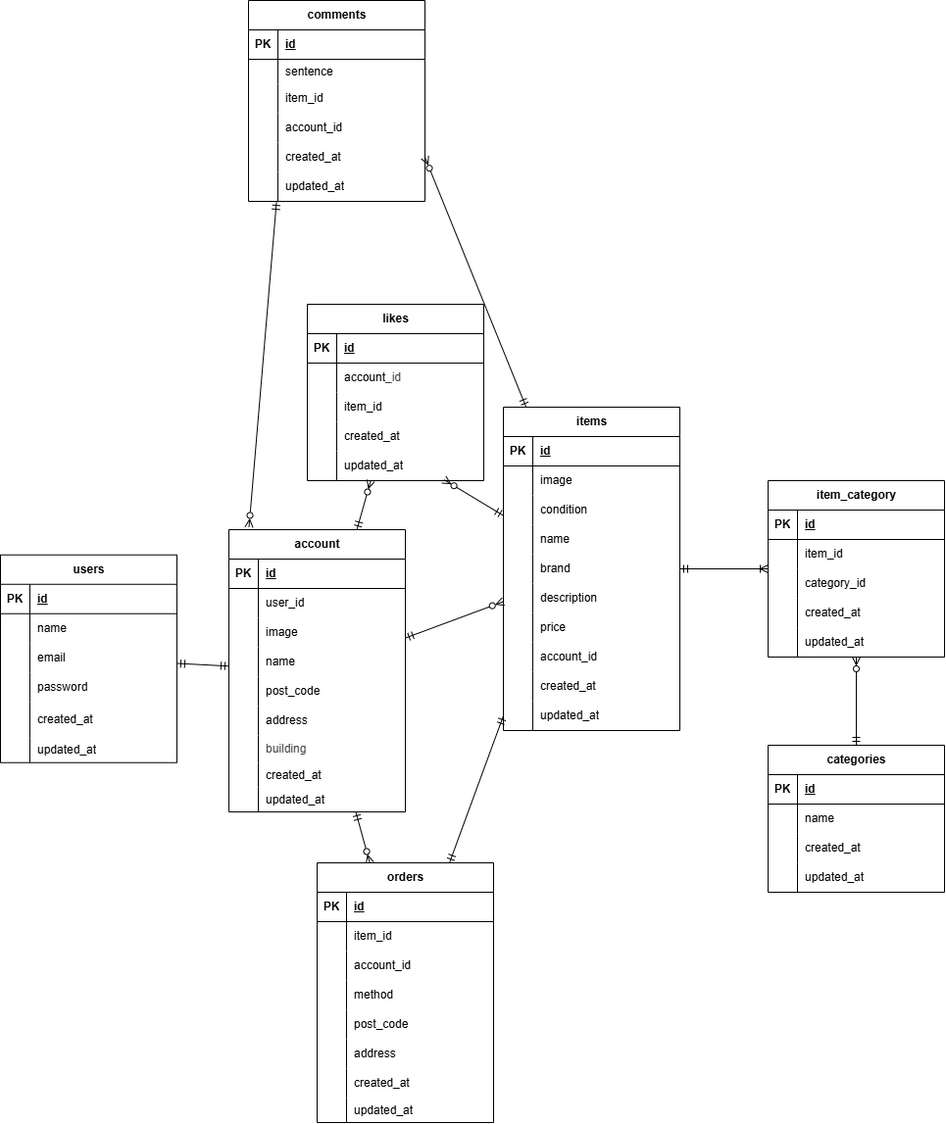
Before: index.drawio.png, a diagram exported from draw.io (tsugumi-0406/pro_test_flea_market). Source tidied: cells renumbered, new cells last; positions are measured from the earlier drawing's top-left corner, leaving out a move shared by most shapes.
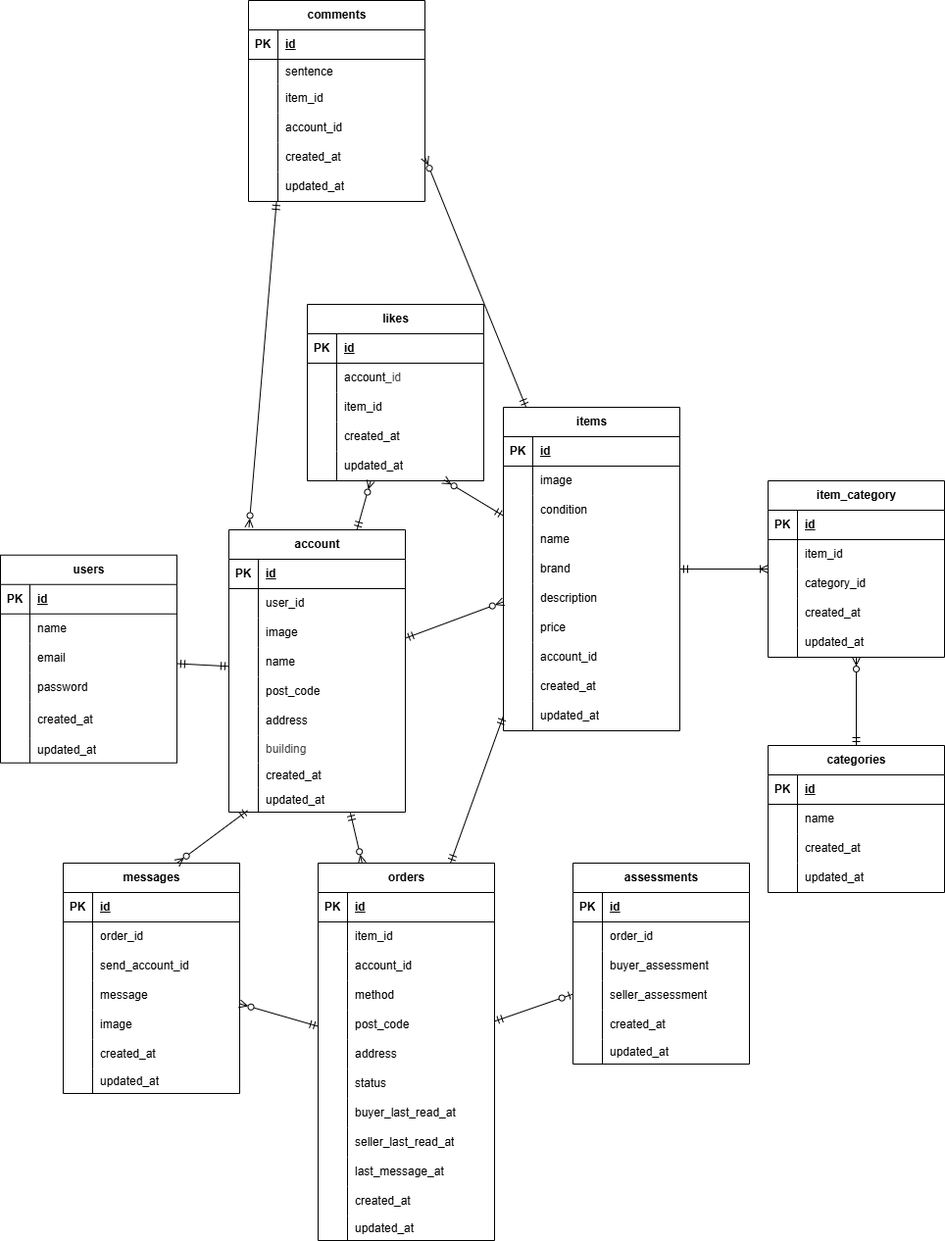
The same diagram one commit later.

What changed in the source:
```diff
@@ -338,8 +338,14 @@
     <mxCell id="113" style="edgeStyle=none;jettySize=auto;html=1;endArrow=ERmandOne;endFill=0;startArrow=ERzeroToMany;startFill=0;exitX=0.774;exitY=0.967;exitDx=0;exitDy=0;exitPerimeter=0;" parent="1" edge="1" source="110" target="36">
       <mxGeometry relative="1" as="geometry" />
     </mxCell>
+    <mxCell id="179" style="edgeStyle=none;html=1;startArrow=ERmandOne;startFill=0;endArrow=ERzeroToOne;endFill=0;" parent="1" edge="1" source="114" target="193">
+      <mxGeometry relative="1" as="geometry" />
+    </mxCell>
+    <mxCell id="180" style="edgeStyle=none;html=1;endArrow=ERzeroToMany;endFill=0;startArrow=ERmandOne;startFill=0;" parent="1" edge="1" source="114" target="212">
+      <mxGeometry relative="1" as="geometry" />
+    </mxCell>
     <mxCell id="114" value="orders" style="shape=table;startSize=30;rowLines=0;fontStyle=1;align=center;html=1;" parent="1" vertex="1">
-      <mxGeometry x="323" y="880" width="180" height="265" as="geometry" />
+      <mxGeometry x="324" y="880" width="180" height="385" as="geometry" />
     </mxCell>
     <mxCell id="115" style="shape=tableRow;horizontal=0;startSize=0;swimlaneHead=0;swimlaneBody=0;fillColor=none;top=0;left=0;right=0;bottom=1;" parent="114" vertex="1">
       <mxGeometry y="30" width="180" height="30" as="geometry" />
@@ -395,8 +401,44 @@
     <mxCell id="132" value="address" style="shape=partialRectangle;fillColor=none;top=0;left=0;bottom=0;right=0;align=left;spacingLeft=6;overflow=hidden;whiteSpace=wrap;html=1;" parent="130" vertex="1">
       <mxGeometry x="30" width="150" height="30" as="geometry" />
     </mxCell>
+    <mxCell id="181" style="shape=tableRow;horizontal=0;startSize=0;swimlaneHead=0;swimlaneBody=0;fillColor=none;top=0;left=0;right=0;bottom=0;" parent="114" vertex="1">
+      <mxGeometry y="210" width="180" height="30" as="geometry" />
+    </mxCell>
+    <mxCell id="182" style="shape=partialRectangle;fillColor=none;top=0;left=0;bottom=0;right=0;overflow=hidden;whiteSpace=wrap;html=1;" parent="181" vertex="1">
+      <mxGeometry width="30" height="30" as="geometry" />
+    </mxCell>
+    <mxCell id="183" value="status" style="shape=partialRectangle;fillColor=none;top=0;left=0;bottom=0;right=0;align=left;spacingLeft=6;overflow=hidden;whiteSpace=wrap;html=1;" parent="181" vertex="1">
+      <mxGeometry x="30" width="150" height="30" as="geometry" />
+    </mxCell>
+    <mxCell id="184" style="shape=tableRow;horizontal=0;startSize=0;swimlaneHead=0;swimlaneBody=0;fillColor=none;top=0;left=0;right=0;bottom=0;" parent="114" vertex="1">
+      <mxGeometry y="240" width="180" height="30" as="geometry" />
+    </mxCell>
+    <mxCell id="185" style="shape=partialRectangle;fillColor=none;top=0;left=0;bottom=0;right=0;overflow=hidden;whiteSpace=wrap;html=1;" parent="184" vertex="1">
+      <mxGeometry width="30" height="30" as="geometry" />
+    </mxCell>
+    <mxCell id="186" value="buyer_last_read_at" style="shape=partialRectangle;fillColor=none;top=0;left=0;bottom=0;right=0;align=left;spacingLeft=6;overflow=hidden;whiteSpace=wrap;html=1;" parent="184" vertex="1">
+      <mxGeometry x="30" width="150" height="30" as="geometry" />
+    </mxCell>
+    <mxCell id="187" style="shape=tableRow;horizontal=0;startSize=0;swimlaneHead=0;swimlaneBody=0;fillColor=none;top=0;left=0;right=0;bottom=0;" parent="114" vertex="1">
+      <mxGeometry y="270" width="180" height="30" as="geometry" />
+    </mxCell>
+    <mxCell id="188" style="shape=partialRectangle;fillColor=none;top=0;left=0;bottom=0;right=0;overflow=hidden;whiteSpace=wrap;html=1;" parent="187" vertex="1">
+      <mxGeometry width="30" height="30" as="geometry" />
+    </mxCell>
+    <mxCell id="189" value="seller_last_read_at" style="shape=partialRectangle;fillColor=none;top=0;left=0;bottom=0;right=0;align=left;spacingLeft=6;overflow=hidden;whiteSpace=wrap;html=1;" parent="187" vertex="1">
+      <mxGeometry x="30" width="150" height="30" as="geometry" />
+    </mxCell>
+    <mxCell id="190" style="shape=tableRow;horizontal=0;startSize=0;swimlaneHead=0;swimlaneBody=0;fillColor=none;top=0;left=0;right=0;bottom=0;" parent="114" vertex="1">
+      <mxGeometry y="300" width="180" height="30" as="geometry" />
+    </mxCell>
+    <mxCell id="191" style="shape=partialRectangle;fillColor=none;top=0;left=0;bottom=0;right=0;overflow=hidden;whiteSpace=wrap;html=1;" parent="190" vertex="1">
+      <mxGeometry width="30" height="30" as="geometry" />
+    </mxCell>
+    <mxCell id="192" value="last_message_at" style="shape=partialRectangle;fillColor=none;top=0;left=0;bottom=0;right=0;align=left;spacingLeft=6;overflow=hidden;whiteSpace=wrap;html=1;" parent="190" vertex="1">
+      <mxGeometry x="30" width="150" height="30" as="geometry" />
+    </mxCell>
     <mxCell id="133" style="shape=tableRow;horizontal=0;startSize=0;swimlaneHead=0;swimlaneBody=0;fillColor=none;top=0;left=0;right=0;bottom=0;" parent="114" vertex="1">
-      <mxGeometry y="210" width="180" height="30" as="geometry" />
+      <mxGeometry y="330" width="180" height="30" as="geometry" />
     </mxCell>
     <mxCell id="134" style="shape=partialRectangle;fillColor=none;top=0;left=0;bottom=0;right=0;overflow=hidden;whiteSpace=wrap;html=1;" parent="133" vertex="1">
       <mxGeometry width="30" height="30" as="geometry" />
@@ -405,7 +447,7 @@
       <mxGeometry x="30" width="150" height="30" as="geometry" />
     </mxCell>
     <mxCell id="136" style="shape=tableRow;horizontal=0;startSize=0;swimlaneHead=0;swimlaneBody=0;fillColor=none;top=0;left=0;right=0;bottom=0;" parent="114" vertex="1">
-      <mxGeometry y="240" width="180" height="25" as="geometry" />
+      <mxGeometry y="360" width="180" height="25" as="geometry" />
     </mxCell>
     <mxCell id="137" style="shape=partialRectangle;fillColor=none;top=0;left=0;bottom=0;right=0;overflow=hidden;whiteSpace=wrap;html=1;" parent="136" vertex="1">
       <mxGeometry width="30" height="25" as="geometry" />
@@ -533,5 +575,133 @@
     <mxCell id="178" value="updated_at" style="shape=partialRectangle;fillColor=none;top=0;left=0;bottom=0;right=0;align=left;spacingLeft=6;overflow=hidden;whiteSpace=wrap;html=1;" parent="176" vertex="1">
       <mxGeometry x="30" width="150" height="25" as="geometry" />
     </mxCell>
+    <mxCell id="193" value="assessments" style="shape=table;startSize=30;rowLines=0;fontStyle=1;align=center;html=1;" parent="1" vertex="1">
+      <mxGeometry x="584" y="880" width="180" height="205" as="geometry" />
+    </mxCell>
+    <mxCell id="194" style="shape=tableRow;horizontal=0;startSize=0;swimlaneHead=0;swimlaneBody=0;fillColor=none;top=0;left=0;right=0;bottom=1;" parent="193" vertex="1">
+      <mxGeometry y="30" width="180" height="30" as="geometry" />
+    </mxCell>
+    <mxCell id="195" value="PK" style="shape=partialRectangle;fillColor=none;top=0;left=0;bottom=0;right=0;fontStyle=1;overflow=hidden;whiteSpace=wrap;html=1;" parent="194" vertex="1">
+      <mxGeometry width="30" height="30" as="geometry" />
+    </mxCell>
+    <mxCell id="196" value="id" style="shape=partialRectangle;fillColor=none;top=0;left=0;bottom=0;right=0;align=left;spacingLeft=6;fontStyle=5;overflow=hidden;whiteSpace=wrap;html=1;" parent="194" vertex="1">
+      <mxGeometry x="30" width="150" height="30" as="geometry" />
+    </mxCell>
+    <mxCell id="197" style="shape=tableRow;horizontal=0;startSize=0;swimlaneHead=0;swimlaneBody=0;fillColor=none;top=0;left=0;right=0;bottom=0;" parent="193" vertex="1">
+      <mxGeometry y="60" width="180" height="30" as="geometry" />
+    </mxCell>
+    <mxCell id="198" style="shape=partialRectangle;fillColor=none;top=0;left=0;bottom=0;right=0;overflow=hidden;whiteSpace=wrap;html=1;" parent="197" vertex="1">
+      <mxGeometry width="30" height="30" as="geometry" />
+    </mxCell>
+    <mxCell id="199" value="order_id" style="shape=partialRectangle;fillColor=none;top=0;left=0;bottom=0;right=0;align=left;spacingLeft=6;overflow=hidden;whiteSpace=wrap;html=1;" parent="197" vertex="1">
+      <mxGeometry x="30" width="150" height="30" as="geometry" />
+    </mxCell>
+    <mxCell id="200" style="shape=tableRow;horizontal=0;startSize=0;swimlaneHead=0;swimlaneBody=0;fillColor=none;top=0;left=0;right=0;bottom=0;" parent="193" vertex="1">
+      <mxGeometry y="90" width="180" height="30" as="geometry" />
+    </mxCell>
+    <mxCell id="201" style="shape=partialRectangle;fillColor=none;top=0;left=0;bottom=0;right=0;overflow=hidden;whiteSpace=wrap;html=1;" parent="200" vertex="1">
+      <mxGeometry width="30" height="30" as="geometry" />
+    </mxCell>
+    <mxCell id="202" value="buyer_assessment" style="shape=partialRectangle;fillColor=none;top=0;left=0;bottom=0;right=0;align=left;spacingLeft=6;overflow=hidden;whiteSpace=wrap;html=1;" parent="200" vertex="1">
+      <mxGeometry x="30" width="150" height="30" as="geometry" />
+    </mxCell>
+    <mxCell id="203" style="shape=tableRow;horizontal=0;startSize=0;swimlaneHead=0;swimlaneBody=0;fillColor=none;top=0;left=0;right=0;bottom=0;" parent="193" vertex="1">
+      <mxGeometry y="120" width="180" height="30" as="geometry" />
+    </mxCell>
+    <mxCell id="204" style="shape=partialRectangle;fillColor=none;top=0;left=0;bottom=0;right=0;overflow=hidden;whiteSpace=wrap;html=1;" parent="203" vertex="1">
+      <mxGeometry width="30" height="30" as="geometry" />
+    </mxCell>
+    <mxCell id="205" value="seller_assessment" style="shape=partialRectangle;fillColor=none;top=0;left=0;bottom=0;right=0;align=left;spacingLeft=6;overflow=hidden;whiteSpace=wrap;html=1;" parent="203" vertex="1">
+      <mxGeometry x="30" width="150" height="30" as="geometry" />
+    </mxCell>
+    <mxCell id="206" style="shape=tableRow;horizontal=0;startSize=0;swimlaneHead=0;swimlaneBody=0;fillColor=none;top=0;left=0;right=0;bottom=0;" parent="193" vertex="1">
+      <mxGeometry y="150" width="180" height="30" as="geometry" />
+    </mxCell>
+    <mxCell id="207" style="shape=partialRectangle;fillColor=none;top=0;left=0;bottom=0;right=0;overflow=hidden;whiteSpace=wrap;html=1;" parent="206" vertex="1">
+      <mxGeometry width="30" height="30" as="geometry" />
+    </mxCell>
+    <mxCell id="208" value="created_at" style="shape=partialRectangle;fillColor=none;top=0;left=0;bottom=0;right=0;align=left;spacingLeft=6;overflow=hidden;whiteSpace=wrap;html=1;" parent="206" vertex="1">
+      <mxGeometry x="30" width="150" height="30" as="geometry" />
+    </mxCell>
+    <mxCell id="209" style="shape=tableRow;horizontal=0;startSize=0;swimlaneHead=0;swimlaneBody=0;fillColor=none;top=0;left=0;right=0;bottom=0;" parent="193" vertex="1">
+      <mxGeometry y="180" width="180" height="25" as="geometry" />
+    </mxCell>
+    <mxCell id="210" style="shape=partialRectangle;fillColor=none;top=0;left=0;bottom=0;right=0;overflow=hidden;whiteSpace=wrap;html=1;" parent="209" vertex="1">
+      <mxGeometry width="30" height="25" as="geometry" />
+    </mxCell>
+    <mxCell id="211" value="updated_at" style="shape=partialRectangle;fillColor=none;top=0;left=0;bottom=0;right=0;align=left;spacingLeft=6;overflow=hidden;whiteSpace=wrap;html=1;" parent="209" vertex="1">
+      <mxGeometry x="30" width="150" height="25" as="geometry" />
+    </mxCell>
+    <mxCell id="212" value="messages" style="shape=table;startSize=30;rowLines=0;fontStyle=1;align=center;html=1;" parent="1" vertex="1">
+      <mxGeometry x="64" y="880" width="180" height="235" as="geometry" />
+    </mxCell>
+    <mxCell id="213" style="shape=tableRow;horizontal=0;startSize=0;swimlaneHead=0;swimlaneBody=0;fillColor=none;top=0;left=0;right=0;bottom=1;" parent="212" vertex="1">
+      <mxGeometry y="30" width="180" height="30" as="geometry" />
+    </mxCell>
+    <mxCell id="214" value="PK" style="shape=partialRectangle;fillColor=none;top=0;left=0;bottom=0;right=0;fontStyle=1;overflow=hidden;whiteSpace=wrap;html=1;" parent="213" vertex="1">
+      <mxGeometry width="30" height="30" as="geometry" />
+    </mxCell>
+    <mxCell id="215" value="id" style="shape=partialRectangle;fillColor=none;top=0;left=0;bottom=0;right=0;align=left;spacingLeft=6;fontStyle=5;overflow=hidden;whiteSpace=wrap;html=1;" parent="213" vertex="1">
+      <mxGeometry x="30" width="150" height="30" as="geometry" />
+    </mxCell>
+    <mxCell id="216" style="shape=tableRow;horizontal=0;startSize=0;swimlaneHead=0;swimlaneBody=0;fillColor=none;top=0;left=0;right=0;bottom=0;" parent="212" vertex="1">
+      <mxGeometry y="60" width="180" height="30" as="geometry" />
+    </mxCell>
+    <mxCell id="217" style="shape=partialRectangle;fillColor=none;top=0;left=0;bottom=0;right=0;overflow=hidden;whiteSpace=wrap;html=1;" parent="216" vertex="1">
+      <mxGeometry width="30" height="30" as="geometry" />
+    </mxCell>
+    <mxCell id="218" value="order_id" style="shape=partialRectangle;fillColor=none;top=0;left=0;bottom=0;right=0;align=left;spacingLeft=6;overflow=hidden;whiteSpace=wrap;html=1;" parent="216" vertex="1">
+      <mxGeometry x="30" width="150" height="30" as="geometry" />
+    </mxCell>
+    <mxCell id="219" style="shape=tableRow;horizontal=0;startSize=0;swimlaneHead=0;swimlaneBody=0;fillColor=none;top=0;left=0;right=0;bottom=0;" parent="212" vertex="1">
+      <mxGeometry y="90" width="180" height="30" as="geometry" />
+    </mxCell>
+    <mxCell id="220" style="shape=partialRectangle;fillColor=none;top=0;left=0;bottom=0;right=0;overflow=hidden;whiteSpace=wrap;html=1;" parent="219" vertex="1">
+      <mxGeometry width="30" height="30" as="geometry" />
+    </mxCell>
+    <mxCell id="221" value="send_account_id" style="shape=partialRectangle;fillColor=none;top=0;left=0;bottom=0;right=0;align=left;spacingLeft=6;overflow=hidden;whiteSpace=wrap;html=1;" parent="219" vertex="1">
+      <mxGeometry x="30" width="150" height="30" as="geometry" />
+    </mxCell>
+    <mxCell id="222" style="shape=tableRow;horizontal=0;startSize=0;swimlaneHead=0;swimlaneBody=0;fillColor=none;top=0;left=0;right=0;bottom=0;" parent="212" vertex="1">
+      <mxGeometry y="120" width="180" height="30" as="geometry" />
+    </mxCell>
+    <mxCell id="223" style="shape=partialRectangle;fillColor=none;top=0;left=0;bottom=0;right=0;overflow=hidden;whiteSpace=wrap;html=1;" parent="222" vertex="1">
+      <mxGeometry width="30" height="30" as="geometry" />
+    </mxCell>
+    <mxCell id="224" value="message" style="shape=partialRectangle;fillColor=none;top=0;left=0;bottom=0;right=0;align=left;spacingLeft=6;overflow=hidden;whiteSpace=wrap;html=1;" parent="222" vertex="1">
+      <mxGeometry x="30" width="150" height="30" as="geometry" />
+    </mxCell>
+    <mxCell id="225" style="shape=tableRow;horizontal=0;startSize=0;swimlaneHead=0;swimlaneBody=0;fillColor=none;top=0;left=0;right=0;bottom=0;" parent="212" vertex="1">
+      <mxGeometry y="150" width="180" height="30" as="geometry" />
+    </mxCell>
+    <mxCell id="226" style="shape=partialRectangle;fillColor=none;top=0;left=0;bottom=0;right=0;overflow=hidden;whiteSpace=wrap;html=1;" parent="225" vertex="1">
+      <mxGeometry width="30" height="30" as="geometry" />
+    </mxCell>
+    <mxCell id="227" value="image" style="shape=partialRectangle;fillColor=none;top=0;left=0;bottom=0;right=0;align=left;spacingLeft=6;overflow=hidden;whiteSpace=wrap;html=1;" parent="225" vertex="1">
+      <mxGeometry x="30" width="150" height="30" as="geometry" />
+    </mxCell>
+    <mxCell id="228" style="shape=tableRow;horizontal=0;startSize=0;swimlaneHead=0;swimlaneBody=0;fillColor=none;top=0;left=0;right=0;bottom=0;" parent="212" vertex="1">
+      <mxGeometry y="180" width="180" height="30" as="geometry" />
+    </mxCell>
+    <mxCell id="229" style="shape=partialRectangle;fillColor=none;top=0;left=0;bottom=0;right=0;overflow=hidden;whiteSpace=wrap;html=1;" parent="228" vertex="1">
+      <mxGeometry width="30" height="30" as="geometry" />
+    </mxCell>
+    <mxCell id="230" value="created_at" style="shape=partialRectangle;fillColor=none;top=0;left=0;bottom=0;right=0;align=left;spacingLeft=6;overflow=hidden;whiteSpace=wrap;html=1;" parent="228" vertex="1">
+      <mxGeometry x="30" width="150" height="30" as="geometry" />
+    </mxCell>
+    <mxCell id="231" style="shape=tableRow;horizontal=0;startSize=0;swimlaneHead=0;swimlaneBody=0;fillColor=none;top=0;left=0;right=0;bottom=0;" parent="212" vertex="1">
+      <mxGeometry y="210" width="180" height="25" as="geometry" />
+    </mxCell>
+    <mxCell id="232" style="shape=partialRectangle;fillColor=none;top=0;left=0;bottom=0;right=0;overflow=hidden;whiteSpace=wrap;html=1;" parent="231" vertex="1">
+      <mxGeometry width="30" height="25" as="geometry" />
+    </mxCell>
+    <mxCell id="233" value="updated_at" style="shape=partialRectangle;fillColor=none;top=0;left=0;bottom=0;right=0;align=left;spacingLeft=6;overflow=hidden;whiteSpace=wrap;html=1;" parent="231" vertex="1">
+      <mxGeometry x="30" width="150" height="25" as="geometry" />
+    </mxCell>
+    <mxCell id="234" style="edgeStyle=none;jettySize=auto;html=1;entryX=0.106;entryY=0.933;entryDx=0;entryDy=0;entryPerimeter=0;endArrow=ERmandOne;endFill=0;startArrow=ERzeroToMany;startFill=0;" parent="1" edge="1" target="31">
+      <mxGeometry relative="1" as="geometry">
+        <mxPoint x="180" y="880" as="sourcePoint" />
+      </mxGeometry>
+    </mxCell>
   </root>
 </mxGraphModel>
```
